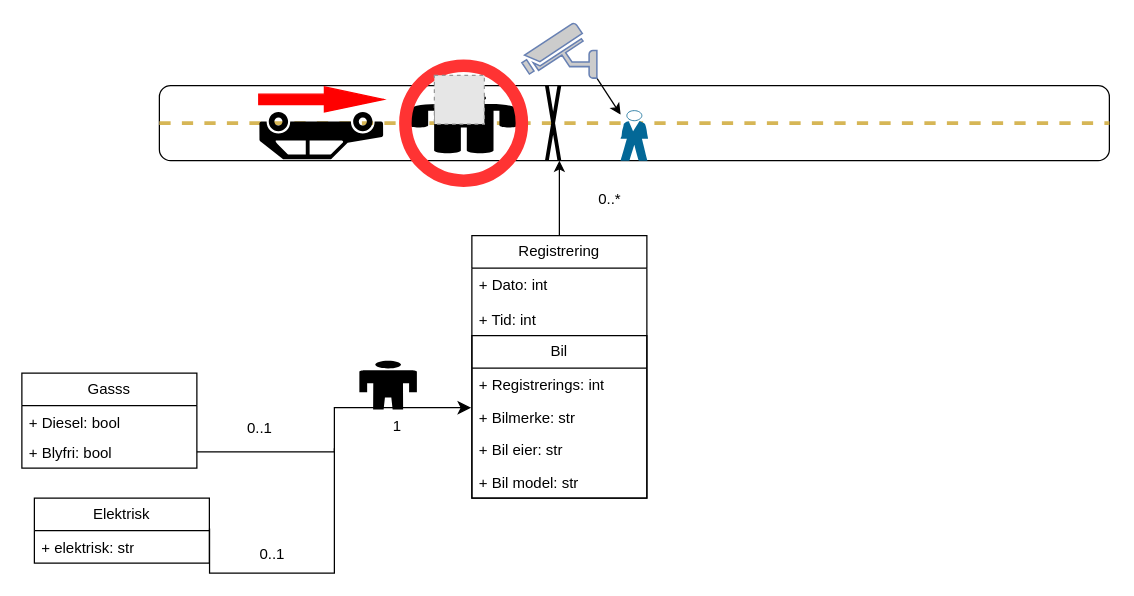
Earlier version of the draw.io diagram mini prosjekt.drawio (Wazahhh/Mini-Poorsjekt-). Source tidied: cells renumbered, new cells numbered last; positions are measured from the earlier drawing's top-left corner, leaving out a move shared by most shapes. Both pictures are drawn from the tidied source at 125%, with x=0, y=0 at pixel (21, 22). Pictures stored in the file or linked from it are replaced by grey dashed boxes.
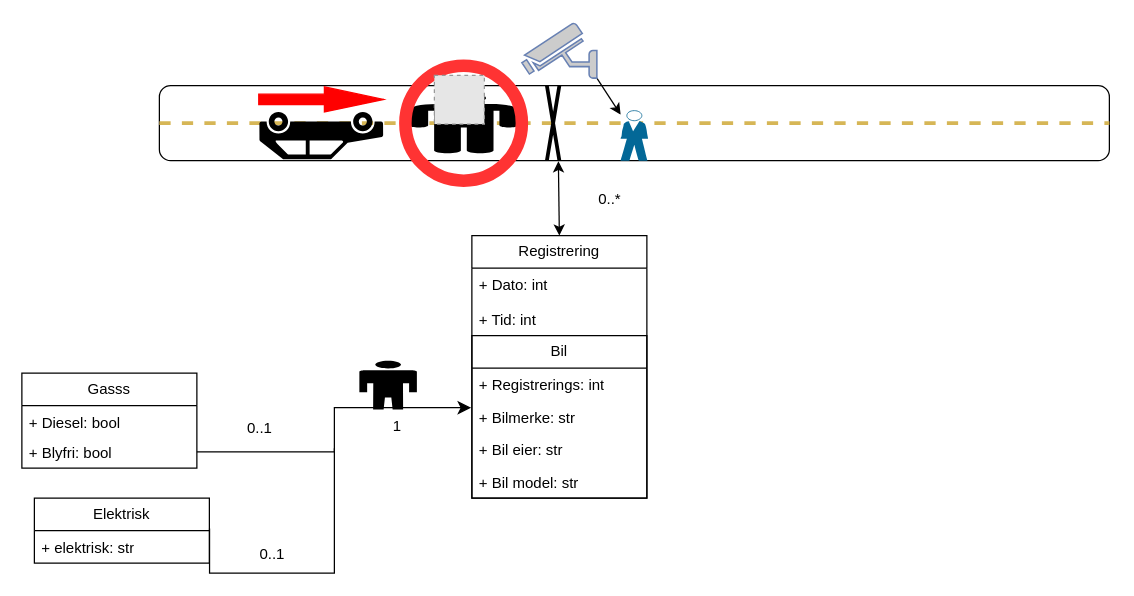
Above is the later version.

Unchanged cells that the change refers to:
```xml
<mxCell id="2" style="rounded=1;whiteSpace=wrap;html=1;" parent="1" vertex="1">
  <mxGeometry x="110" y="50" width="760" height="60" as="geometry" />
</mxCell>
<mxCell id="5" value="Registrering" style="swimlane;fontStyle=0;horizontal=1;startSize=26;fillColor=none;whiteSpace=wrap;html=1;" parent="1" vertex="1">
  <mxGeometry x="360" y="170" width="140" height="210" as="geometry" />
</mxCell>
```

What changed in the source:
```diff
@@
-    <mxCell id="14" style="endArrow=classic;html=1;exitX=0.5;exitY=0;exitDx=0;exitDy=0;" parent="1" edge="1" source="5">
-      <mxGeometry relative="1" as="geometry">
-        <mxPoint x="430" y="110" as="targetPoint" />
-      </mxGeometry>
-    </mxCell>
@@
+    <mxCell id="35" style="html=1;labelBackgroundColor=#ffffff;startArrow=classic;startFill=1;startSize=6;endArrow=classic;endFill=1;endSize=6;jettySize=auto;strokeWidth=1;fontSize=14;exitX=0.5;exitY=0;exitDx=0;exitDy=0;entryX=0.42;entryY=1.008;entryDx=0;entryDy=0;entryPerimeter=0;" parent="1" edge="1" source="5" target="2">
+      <mxGeometry relative="1" as="geometry" />
+    </mxCell>
```
